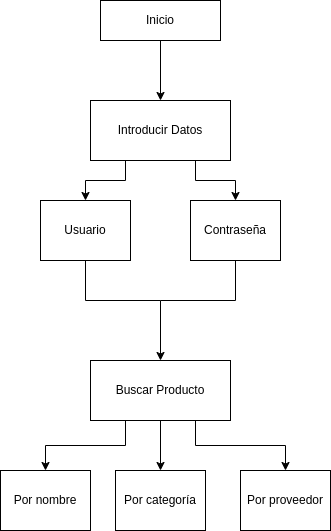
Above: ExamenDiagramaActividades2.png in PeterMartEsc/ETS (draw.io), before the change. Source tidied: cells renumbered, new cells last; positions are measured from the earlier drawing's top-left corner, leaving out a move shared by most shapes.
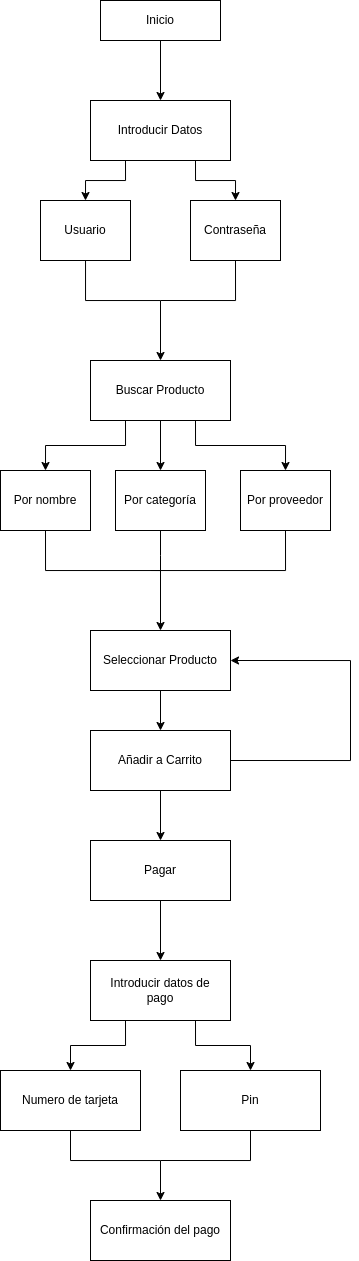
The same file after the commit.

What changed in the source:
```diff
@@ -51,14 +51,96 @@
     <mxCell id="14" value="Buscar Producto" style="rounded=0;whiteSpace=wrap;html=1;" parent="1" vertex="1">
       <mxGeometry x="90" y="360" width="140" height="60" as="geometry" />
     </mxCell>
+    <mxCell id="18" style="edgeStyle=orthogonalEdgeStyle;rounded=0;jettySize=auto;html=1;exitX=0.5;exitY=1;exitDx=0;exitDy=0;entryX=0.5;entryY=0;entryDx=0;entryDy=0;" parent="1" edge="1" source="15" target="22">
+      <mxGeometry relative="1" as="geometry">
+        <Array as="points">
+          <mxPoint x="45" y="570" />
+          <mxPoint x="160" y="570" />
+        </Array>
+      </mxGeometry>
+    </mxCell>
     <mxCell id="15" value="Por nombre" style="rounded=0;whiteSpace=wrap;html=1;" parent="1" vertex="1">
       <mxGeometry y="470" width="90" height="60" as="geometry" />
     </mxCell>
+    <mxCell id="19" style="edgeStyle=orthogonalEdgeStyle;rounded=0;jettySize=auto;html=1;exitX=0.5;exitY=1;exitDx=0;exitDy=0;endArrow=none;endFill=0;" parent="1" edge="1" source="16">
+      <mxGeometry relative="1" as="geometry">
+        <mxPoint x="160" y="580" as="targetPoint" />
+      </mxGeometry>
+    </mxCell>
     <mxCell id="16" value="Por categoría" style="rounded=0;whiteSpace=wrap;html=1;" parent="1" vertex="1">
       <mxGeometry x="115" y="470" width="90" height="60" as="geometry" />
     </mxCell>
+    <mxCell id="20" style="edgeStyle=orthogonalEdgeStyle;rounded=0;jettySize=auto;html=1;exitX=0.5;exitY=1;exitDx=0;exitDy=0;endArrow=none;endFill=0;" parent="1" edge="1" source="17">
+      <mxGeometry relative="1" as="geometry">
+        <mxPoint x="150" y="570" as="targetPoint" />
+        <Array as="points">
+          <mxPoint x="285" y="570" />
+          <mxPoint x="160" y="570" />
+        </Array>
+      </mxGeometry>
+    </mxCell>
     <mxCell id="17" value="Por proveedor" style="rounded=0;whiteSpace=wrap;html=1;" parent="1" vertex="1">
       <mxGeometry x="240" y="470" width="90" height="60" as="geometry" />
     </mxCell>
+    <mxCell id="21" style="edgeStyle=orthogonalEdgeStyle;rounded=0;jettySize=auto;html=1;exitX=0.5;exitY=1;exitDx=0;exitDy=0;entryX=0.5;entryY=0;entryDx=0;entryDy=0;" parent="1" edge="1" source="22" target="25">
+      <mxGeometry relative="1" as="geometry" />
+    </mxCell>
+    <mxCell id="22" value="Seleccionar Producto" style="rounded=0;whiteSpace=wrap;html=1;" parent="1" vertex="1">
+      <mxGeometry x="90" y="630" width="140" height="60" as="geometry" />
+    </mxCell>
+    <mxCell id="23" style="edgeStyle=orthogonalEdgeStyle;rounded=0;jettySize=auto;html=1;exitX=0.5;exitY=1;exitDx=0;exitDy=0;entryX=0.5;entryY=0;entryDx=0;entryDy=0;" parent="1" edge="1" source="25" target="27">
+      <mxGeometry relative="1" as="geometry" />
+    </mxCell>
+    <mxCell id="24" style="edgeStyle=orthogonalEdgeStyle;rounded=0;jettySize=auto;html=1;exitX=1;exitY=0.5;exitDx=0;exitDy=0;entryX=1;entryY=0.5;entryDx=0;entryDy=0;" parent="1" edge="1" source="25" target="22">
+      <mxGeometry relative="1" as="geometry">
+        <Array as="points">
+          <mxPoint x="350" y="760" />
+          <mxPoint x="350" y="660" />
+        </Array>
+      </mxGeometry>
+    </mxCell>
+    <mxCell id="25" value="Añadir a Carrito" style="rounded=0;whiteSpace=wrap;html=1;" parent="1" vertex="1">
+      <mxGeometry x="90" y="730" width="140" height="60" as="geometry" />
+    </mxCell>
+    <mxCell id="26" style="edgeStyle=orthogonalEdgeStyle;rounded=0;jettySize=auto;html=1;exitX=0.5;exitY=1;exitDx=0;exitDy=0;entryX=0.5;entryY=0;entryDx=0;entryDy=0;" parent="1" edge="1" source="27" target="30">
+      <mxGeometry relative="1" as="geometry" />
+    </mxCell>
+    <mxCell id="27" value="Pagar" style="rounded=0;whiteSpace=wrap;html=1;" parent="1" vertex="1">
+      <mxGeometry x="90" y="840" width="140" height="60" as="geometry" />
+    </mxCell>
+    <mxCell id="28" style="edgeStyle=orthogonalEdgeStyle;rounded=0;jettySize=auto;html=1;exitX=0.25;exitY=1;exitDx=0;exitDy=0;entryX=0.5;entryY=0;entryDx=0;entryDy=0;" parent="1" edge="1" source="30" target="32">
+      <mxGeometry relative="1" as="geometry" />
+    </mxCell>
+    <mxCell id="29" style="edgeStyle=orthogonalEdgeStyle;rounded=0;jettySize=auto;html=1;exitX=0.75;exitY=1;exitDx=0;exitDy=0;entryX=0.5;entryY=0;entryDx=0;entryDy=0;" parent="1" edge="1" source="30" target="34">
+      <mxGeometry relative="1" as="geometry" />
+    </mxCell>
+    <mxCell id="30" value="Introducir datos de &lt;br&gt;pago" style="rounded=0;whiteSpace=wrap;html=1;" parent="1" vertex="1">
+      <mxGeometry x="90" y="960" width="140" height="60" as="geometry" />
+    </mxCell>
+    <mxCell id="31" style="edgeStyle=orthogonalEdgeStyle;rounded=0;jettySize=auto;html=1;exitX=0.5;exitY=1;exitDx=0;exitDy=0;entryX=0.5;entryY=0;entryDx=0;entryDy=0;" parent="1" edge="1" source="32" target="35">
+      <mxGeometry relative="1" as="geometry">
+        <Array as="points">
+          <mxPoint x="70" y="1160" />
+          <mxPoint x="160" y="1160" />
+        </Array>
+      </mxGeometry>
+    </mxCell>
+    <mxCell id="32" value="Numero de tarjeta" style="rounded=0;whiteSpace=wrap;html=1;" parent="1" vertex="1">
+      <mxGeometry y="1070" width="140" height="60" as="geometry" />
+    </mxCell>
+    <mxCell id="33" style="edgeStyle=orthogonalEdgeStyle;rounded=0;jettySize=auto;html=1;exitX=0.5;exitY=1;exitDx=0;exitDy=0;endArrow=none;endFill=0;" parent="1" edge="1" source="34">
+      <mxGeometry relative="1" as="geometry">
+        <mxPoint x="160" y="1160" as="targetPoint" />
+        <Array as="points">
+          <mxPoint x="250" y="1160" />
+        </Array>
+      </mxGeometry>
+    </mxCell>
+    <mxCell id="34" value="Pin" style="rounded=0;whiteSpace=wrap;html=1;" parent="1" vertex="1">
+      <mxGeometry x="180" y="1070" width="140" height="60" as="geometry" />
+    </mxCell>
+    <mxCell id="35" value="Confirmación del pago" style="rounded=0;whiteSpace=wrap;html=1;" parent="1" vertex="1">
+      <mxGeometry x="90" y="1200" width="140" height="60" as="geometry" />
+    </mxCell>
   </root>
 </mxGraphModel>
```
